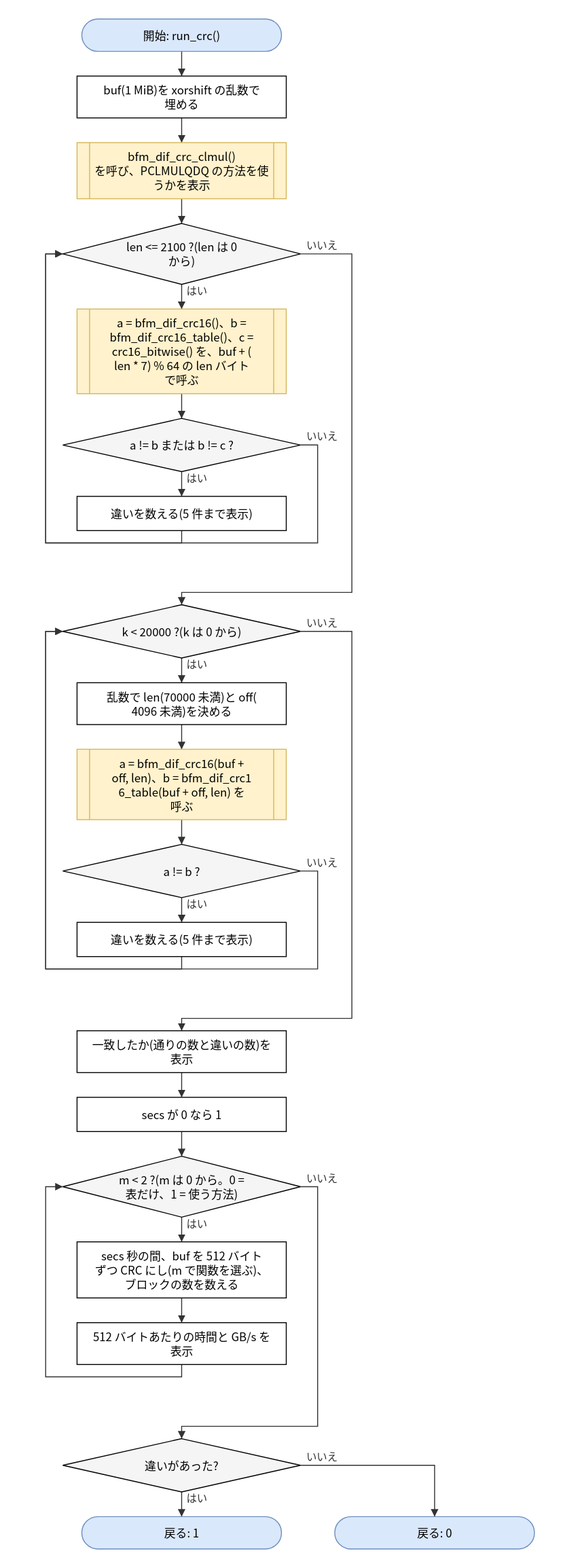
Before: doc/spec/images/flow_test_bfm_test-run_crc.drawio.svg, a diagram exported from draw.io (hf355051012-ai/bfmem). Source tidied: cells renumbered, new cells last; positions are measured from the earlier drawing's top-left corner, leaving out a move shared by most shapes. Its diagram source:
```xml
<mxGraphModel>
  <root>
    <mxCell id="0" />
    <mxCell id="1" parent="0" />
    <mxCell id="2" value="開始: run_crc()" style="rounded=1;arcSize=50;whiteSpace=wrap;html=1;fillColor=#dae8fc;strokeColor=#6c8ebf;" parent="1" vertex="1">
      <mxGeometry x="38" width="210" height="34" as="geometry" />
    </mxCell>
    <mxCell id="3" value="buf(1 MiB)を xorshift の乱数で&lt;br&gt;埋める" style="rounded=0;whiteSpace=wrap;html=1;" parent="1" vertex="1">
      <mxGeometry x="33" y="60" width="220" height="44" as="geometry" />
    </mxCell>
    <mxCell id="4" value="bfm_dif_crc_clmul()&lt;br&gt;を呼び、PCLMULQDQ の方法を使&lt;br&gt;うかを表示" style="shape=process;whiteSpace=wrap;html=1;backgroundOutline=1;size=0.06;fillColor=#fff2cc;strokeColor=#d6b656;" parent="1" vertex="1">
      <mxGeometry x="33" y="130" width="220" height="59" as="geometry" />
    </mxCell>
    <mxCell id="5" value="len &amp;lt;= 2100 ?(len は 0&lt;br&gt;から)" style="rhombus;whiteSpace=wrap;html=1;fillColor=#f5f5f5;" parent="1" vertex="1">
      <mxGeometry x="18" y="215" width="250" height="64" as="geometry" />
    </mxCell>
    <mxCell id="6" value="a = bfm_dif_crc16()、b =&lt;br&gt;bfm_dif_crc16_table()、c =&lt;br&gt;crc16_bitwise() を、buf + (&lt;br&gt;len * 7) % 64 の len バイト&lt;br&gt;で呼ぶ" style="shape=process;whiteSpace=wrap;html=1;backgroundOutline=1;size=0.06;fillColor=#fff2cc;strokeColor=#d6b656;" parent="1" vertex="1">
      <mxGeometry x="33" y="305" width="220" height="89" as="geometry" />
    </mxCell>
    <mxCell id="7" value="a != b または b != c ?" style="rhombus;whiteSpace=wrap;html=1;fillColor=#f5f5f5;" parent="1" vertex="1">
      <mxGeometry x="18" y="420" width="250" height="56" as="geometry" />
    </mxCell>
    <mxCell id="8" value="違いを数える(5 件まで表示)" style="rounded=0;whiteSpace=wrap;html=1;" parent="1" vertex="1">
      <mxGeometry x="33" y="502" width="220" height="36" as="geometry" />
    </mxCell>
    <mxCell id="9" value="k &amp;lt; 20000 ?(k は 0 から)" style="rhombus;whiteSpace=wrap;html=1;fillColor=#f5f5f5;" parent="1" vertex="1">
      <mxGeometry x="18" y="616" width="250" height="56" as="geometry" />
    </mxCell>
    <mxCell id="10" value="乱数で len(70000 未満)と off(&lt;br&gt;4096 未満)を決める" style="rounded=0;whiteSpace=wrap;html=1;" parent="1" vertex="1">
      <mxGeometry x="33" y="698" width="220" height="44" as="geometry" />
    </mxCell>
    <mxCell id="11" value="a = bfm_dif_crc16(buf +&lt;br&gt;off, len)、b = bfm_dif_crc1&lt;br&gt;6_table(buf + off, len) を&lt;br&gt;呼ぶ" style="shape=process;whiteSpace=wrap;html=1;backgroundOutline=1;size=0.06;fillColor=#fff2cc;strokeColor=#d6b656;" parent="1" vertex="1">
      <mxGeometry x="33" y="768" width="220" height="74" as="geometry" />
    </mxCell>
    <mxCell id="12" value="a != b ?" style="rhombus;whiteSpace=wrap;html=1;fillColor=#f5f5f5;" parent="1" vertex="1">
      <mxGeometry x="18" y="868" width="250" height="56" as="geometry" />
    </mxCell>
    <mxCell id="13" value="違いを数える(5 件まで表示)" style="rounded=0;whiteSpace=wrap;html=1;" parent="1" vertex="1">
      <mxGeometry x="33" y="950" width="220" height="36" as="geometry" />
    </mxCell>
    <mxCell id="14" value="一致したか(通りの数と違いの数)を&lt;br&gt;表示" style="rounded=0;whiteSpace=wrap;html=1;" parent="1" vertex="1">
      <mxGeometry x="33" y="1064" width="220" height="44" as="geometry" />
    </mxCell>
    <mxCell id="15" value="secs が 0 なら 1" style="rounded=0;whiteSpace=wrap;html=1;" parent="1" vertex="1">
      <mxGeometry x="33" y="1134" width="220" height="36" as="geometry" />
    </mxCell>
    <mxCell id="16" value="m &amp;lt; 2 ?(m は 0 から。0 =&lt;br&gt;表だけ、1 = 使う方法)" style="rhombus;whiteSpace=wrap;html=1;fillColor=#f5f5f5;" parent="1" vertex="1">
      <mxGeometry x="18" y="1196" width="250" height="64" as="geometry" />
    </mxCell>
    <mxCell id="17" value="secs 秒の間、buf を 512 バイト&lt;br&gt;ずつ CRC にし(m で関数を選ぶ)、&lt;br&gt;ブロックの数を数える" style="rounded=0;whiteSpace=wrap;html=1;" parent="1" vertex="1">
      <mxGeometry x="33" y="1286" width="220" height="59" as="geometry" />
    </mxCell>
    <mxCell id="18" value="512 バイトあたりの時間と GB/s を&lt;br&gt;表示" style="rounded=0;whiteSpace=wrap;html=1;" parent="1" vertex="1">
      <mxGeometry x="33" y="1371" width="220" height="44" as="geometry" />
    </mxCell>
    <mxCell id="19" value="違いがあった?" style="rhombus;whiteSpace=wrap;html=1;fillColor=#f5f5f5;" parent="1" vertex="1">
      <mxGeometry x="18" y="1493" width="250" height="56" as="geometry" />
    </mxCell>
    <mxCell id="20" value="戻る: 1" style="rounded=1;arcSize=50;whiteSpace=wrap;html=1;fillColor=#dae8fc;strokeColor=#6c8ebf;" parent="1" vertex="1">
      <mxGeometry x="38" y="1575" width="210" height="34" as="geometry" />
    </mxCell>
    <mxCell id="21" value="戻る: 0" style="rounded=1;arcSize=50;whiteSpace=wrap;html=1;fillColor=#dae8fc;strokeColor=#6c8ebf;" parent="1" vertex="1">
      <mxGeometry x="304" y="1575" width="210" height="34" as="geometry" />
    </mxCell>
    <mxCell id="22" style="edgeStyle=none;html=1;rounded=0;endArrow=block;endFill=1;exitX=0.5000;exitY=1.0000;exitDx=0;exitDy=0;exitPerimeter=0;entryX=0.5000;entryY=0.0000;entryDx=0;entryDy=0;entryPerimeter=0;" parent="1" edge="1" source="2" target="3">
      <mxGeometry relative="1" as="geometry" />
    </mxCell>
    <mxCell id="23" style="edgeStyle=none;html=1;rounded=0;endArrow=block;endFill=1;exitX=0.5000;exitY=1.0000;exitDx=0;exitDy=0;exitPerimeter=0;entryX=0.5000;entryY=0.0000;entryDx=0;entryDy=0;entryPerimeter=0;" parent="1" edge="1" source="3" target="4">
      <mxGeometry relative="1" as="geometry" />
    </mxCell>
    <mxCell id="24" style="edgeStyle=none;html=1;rounded=0;endArrow=block;endFill=1;exitX=0.5000;exitY=1.0000;exitDx=0;exitDy=0;exitPerimeter=0;entryX=0.5000;entryY=0.0000;entryDx=0;entryDy=0;entryPerimeter=0;" parent="1" edge="1" source="4" target="5">
      <mxGeometry relative="1" as="geometry" />
    </mxCell>
    <mxCell id="25" value="はい" style="edgeStyle=none;html=1;rounded=0;endArrow=block;endFill=1;exitX=0.5000;exitY=1.0000;exitDx=0;exitDy=0;exitPerimeter=0;entryX=0.5000;entryY=0.0000;entryDx=0;entryDy=0;entryPerimeter=0;" parent="1" edge="1" source="5" target="6">
      <mxGeometry relative="1" as="geometry" />
    </mxCell>
    <mxCell id="26" style="edgeStyle=none;html=1;rounded=0;endArrow=block;endFill=1;exitX=0.5000;exitY=1.0000;exitDx=0;exitDy=0;exitPerimeter=0;entryX=0.5000;entryY=0.0000;entryDx=0;entryDy=0;entryPerimeter=0;" parent="1" edge="1" source="6" target="7">
      <mxGeometry relative="1" as="geometry" />
    </mxCell>
    <mxCell id="27" value="はい" style="edgeStyle=none;html=1;rounded=0;endArrow=block;endFill=1;exitX=0.5000;exitY=1.0000;exitDx=0;exitDy=0;exitPerimeter=0;entryX=0.5000;entryY=0.0000;entryDx=0;entryDy=0;entryPerimeter=0;" parent="1" edge="1" source="7" target="8">
      <mxGeometry relative="1" as="geometry" />
    </mxCell>
    <mxCell id="28" style="edgeStyle=none;html=1;rounded=0;endArrow=block;endFill=1;exitX=0.5000;exitY=1.0000;exitDx=0;exitDy=0;exitPerimeter=0;entryX=0.0000;entryY=0.5000;entryDx=0;entryDy=0;entryPerimeter=0;" parent="1" edge="1" source="8" target="5">
      <mxGeometry relative="1" as="geometry">
        <Array as="points">
          <mxPoint x="143" y="551" />
          <mxPoint y="551" />
          <mxPoint y="247" />
        </Array>
      </mxGeometry>
    </mxCell>
    <mxCell id="29" value="いいえ" style="edgeStyle=none;html=1;rounded=0;endArrow=block;endFill=1;exitX=1.0000;exitY=0.5000;exitDx=0;exitDy=0;exitPerimeter=0;entryX=0.0000;entryY=0.5000;entryDx=0;entryDy=0;entryPerimeter=0;" parent="1" edge="1" source="7" target="5">
      <mxGeometry relative="1" as="geometry">
        <Array as="points">
          <mxPoint x="286" y="448" />
          <mxPoint x="286" y="551" />
          <mxPoint y="551" />
          <mxPoint y="247" />
        </Array>
      </mxGeometry>
    </mxCell>
    <mxCell id="30" value="いいえ" style="edgeStyle=none;html=1;rounded=0;endArrow=block;endFill=1;exitX=1.0000;exitY=0.5000;exitDx=0;exitDy=0;exitPerimeter=0;entryX=0.5000;entryY=0.0000;entryDx=0;entryDy=0;entryPerimeter=0;" parent="1" edge="1" source="5" target="9">
      <mxGeometry relative="1" as="geometry">
        <Array as="points">
          <mxPoint x="322" y="247" />
          <mxPoint x="322" y="603" />
          <mxPoint x="143" y="603" />
        </Array>
      </mxGeometry>
    </mxCell>
    <mxCell id="31" value="はい" style="edgeStyle=none;html=1;rounded=0;endArrow=block;endFill=1;exitX=0.5000;exitY=1.0000;exitDx=0;exitDy=0;exitPerimeter=0;entryX=0.5000;entryY=0.0000;entryDx=0;entryDy=0;entryPerimeter=0;" parent="1" edge="1" source="9" target="10">
      <mxGeometry relative="1" as="geometry" />
    </mxCell>
    <mxCell id="32" style="edgeStyle=none;html=1;rounded=0;endArrow=block;endFill=1;exitX=0.5000;exitY=1.0000;exitDx=0;exitDy=0;exitPerimeter=0;entryX=0.5000;entryY=0.0000;entryDx=0;entryDy=0;entryPerimeter=0;" parent="1" edge="1" source="10" target="11">
      <mxGeometry relative="1" as="geometry" />
    </mxCell>
    <mxCell id="33" style="edgeStyle=none;html=1;rounded=0;endArrow=block;endFill=1;exitX=0.5000;exitY=1.0000;exitDx=0;exitDy=0;exitPerimeter=0;entryX=0.5000;entryY=0.0000;entryDx=0;entryDy=0;entryPerimeter=0;" parent="1" edge="1" source="11" target="12">
      <mxGeometry relative="1" as="geometry" />
    </mxCell>
    <mxCell id="34" value="はい" style="edgeStyle=none;html=1;rounded=0;endArrow=block;endFill=1;exitX=0.5000;exitY=1.0000;exitDx=0;exitDy=0;exitPerimeter=0;entryX=0.5000;entryY=0.0000;entryDx=0;entryDy=0;entryPerimeter=0;" parent="1" edge="1" source="12" target="13">
      <mxGeometry relative="1" as="geometry" />
    </mxCell>
    <mxCell id="35" style="edgeStyle=none;html=1;rounded=0;endArrow=block;endFill=1;exitX=0.5000;exitY=1.0000;exitDx=0;exitDy=0;exitPerimeter=0;entryX=0.0000;entryY=0.5000;entryDx=0;entryDy=0;entryPerimeter=0;" parent="1" edge="1" source="13" target="9">
      <mxGeometry relative="1" as="geometry">
        <Array as="points">
          <mxPoint x="143" y="999" />
          <mxPoint y="999" />
          <mxPoint y="644" />
        </Array>
      </mxGeometry>
    </mxCell>
    <mxCell id="36" value="いいえ" style="edgeStyle=none;html=1;rounded=0;endArrow=block;endFill=1;exitX=1.0000;exitY=0.5000;exitDx=0;exitDy=0;exitPerimeter=0;entryX=0.0000;entryY=0.5000;entryDx=0;entryDy=0;entryPerimeter=0;" parent="1" edge="1" source="12" target="9">
      <mxGeometry relative="1" as="geometry">
        <Array as="points">
          <mxPoint x="286" y="896" />
          <mxPoint x="286" y="999" />
          <mxPoint y="999" />
          <mxPoint y="644" />
        </Array>
      </mxGeometry>
    </mxCell>
    <mxCell id="37" value="いいえ" style="edgeStyle=none;html=1;rounded=0;endArrow=block;endFill=1;exitX=1.0000;exitY=0.5000;exitDx=0;exitDy=0;exitPerimeter=0;entryX=0.5000;entryY=0.0000;entryDx=0;entryDy=0;entryPerimeter=0;" parent="1" edge="1" source="9" target="14">
      <mxGeometry relative="1" as="geometry">
        <Array as="points">
          <mxPoint x="322" y="644" />
          <mxPoint x="322" y="1051" />
          <mxPoint x="143" y="1051" />
        </Array>
      </mxGeometry>
    </mxCell>
    <mxCell id="38" style="edgeStyle=none;html=1;rounded=0;endArrow=block;endFill=1;exitX=0.5000;exitY=1.0000;exitDx=0;exitDy=0;exitPerimeter=0;entryX=0.5000;entryY=0.0000;entryDx=0;entryDy=0;entryPerimeter=0;" parent="1" edge="1" source="14" target="15">
      <mxGeometry relative="1" as="geometry" />
    </mxCell>
    <mxCell id="39" style="edgeStyle=none;html=1;rounded=0;endArrow=block;endFill=1;exitX=0.5000;exitY=1.0000;exitDx=0;exitDy=0;exitPerimeter=0;entryX=0.5000;entryY=0.0000;entryDx=0;entryDy=0;entryPerimeter=0;" parent="1" edge="1" source="15" target="16">
      <mxGeometry relative="1" as="geometry" />
    </mxCell>
    <mxCell id="40" value="はい" style="edgeStyle=none;html=1;rounded=0;endArrow=block;endFill=1;exitX=0.5000;exitY=1.0000;exitDx=0;exitDy=0;exitPerimeter=0;entryX=0.5000;entryY=0.0000;entryDx=0;entryDy=0;entryPerimeter=0;" parent="1" edge="1" source="16" target="17">
      <mxGeometry relative="1" as="geometry" />
    </mxCell>
    <mxCell id="41" style="edgeStyle=none;html=1;rounded=0;endArrow=block;endFill=1;exitX=0.5000;exitY=1.0000;exitDx=0;exitDy=0;exitPerimeter=0;entryX=0.5000;entryY=0.0000;entryDx=0;entryDy=0;entryPerimeter=0;" parent="1" edge="1" source="17" target="18">
      <mxGeometry relative="1" as="geometry" />
    </mxCell>
    <mxCell id="42" style="edgeStyle=none;html=1;rounded=0;endArrow=block;endFill=1;exitX=0.5000;exitY=1.0000;exitDx=0;exitDy=0;exitPerimeter=0;entryX=0.0000;entryY=0.5000;entryDx=0;entryDy=0;entryPerimeter=0;" parent="1" edge="1" source="18" target="16">
      <mxGeometry relative="1" as="geometry">
        <Array as="points">
          <mxPoint x="143" y="1428" />
          <mxPoint y="1428" />
          <mxPoint y="1228" />
        </Array>
      </mxGeometry>
    </mxCell>
    <mxCell id="43" value="いいえ" style="edgeStyle=none;html=1;rounded=0;endArrow=block;endFill=1;exitX=1.0000;exitY=0.5000;exitDx=0;exitDy=0;exitPerimeter=0;entryX=0.5000;entryY=0.0000;entryDx=0;entryDy=0;entryPerimeter=0;" parent="1" edge="1" source="16" target="19">
      <mxGeometry relative="1" as="geometry">
        <Array as="points">
          <mxPoint x="286" y="1228" />
          <mxPoint x="286" y="1480" />
          <mxPoint x="143" y="1480" />
        </Array>
      </mxGeometry>
    </mxCell>
    <mxCell id="44" value="はい" style="edgeStyle=none;html=1;rounded=0;endArrow=block;endFill=1;exitX=0.5000;exitY=1.0000;exitDx=0;exitDy=0;exitPerimeter=0;entryX=0.5000;entryY=0.0000;entryDx=0;entryDy=0;entryPerimeter=0;" parent="1" edge="1" source="19" target="20">
      <mxGeometry relative="1" as="geometry" />
    </mxCell>
    <mxCell id="45" value="いいえ" style="edgeStyle=none;html=1;rounded=0;endArrow=block;endFill=1;exitX=1.0000;exitY=0.5000;exitDx=0;exitDy=0;exitPerimeter=0;entryX=0.5000;entryY=0.0000;entryDx=0;entryDy=0;entryPerimeter=0;" parent="1" edge="1" source="19" target="21">
      <mxGeometry relative="1" as="geometry">
        <Array as="points">
          <mxPoint x="409" y="1521" />
        </Array>
      </mxGeometry>
    </mxCell>
  </root>
</mxGraphModel>
```
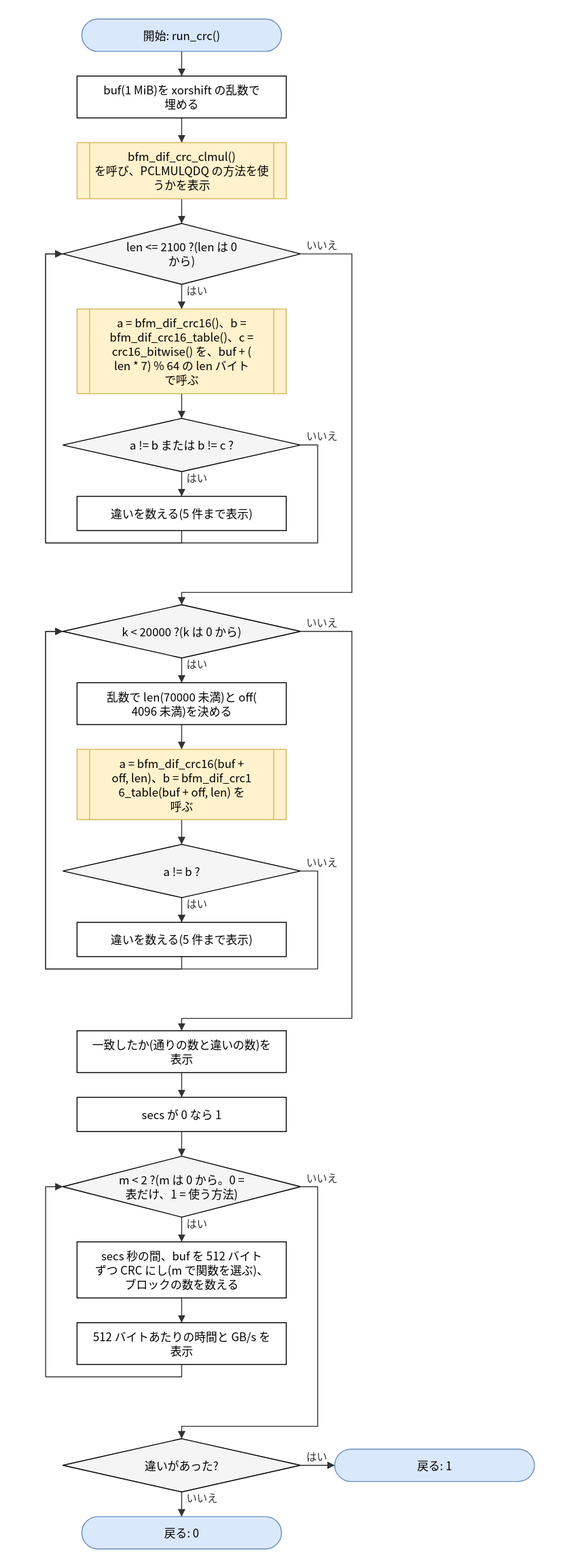
The same file after the commit.

The edit, as a diff of the source:
```diff
@@ -57,10 +57,10 @@
       <mxGeometry x="18" y="1493" width="250" height="56" as="geometry" />
     </mxCell>
     <mxCell id="20" value="戻る: 1" style="rounded=1;arcSize=50;whiteSpace=wrap;html=1;fillColor=#dae8fc;strokeColor=#6c8ebf;" parent="1" vertex="1">
-      <mxGeometry x="38" y="1575" width="210" height="34" as="geometry" />
+      <mxGeometry x="304" y="1504" width="210" height="34" as="geometry" />
     </mxCell>
     <mxCell id="21" value="戻る: 0" style="rounded=1;arcSize=50;whiteSpace=wrap;html=1;fillColor=#dae8fc;strokeColor=#6c8ebf;" parent="1" vertex="1">
-      <mxGeometry x="304" y="1575" width="210" height="34" as="geometry" />
+      <mxGeometry x="38" y="1575" width="210" height="34" as="geometry" />
     </mxCell>
     <mxCell id="22" style="edgeStyle=none;html=1;rounded=0;endArrow=block;endFill=1;exitX=0.5000;exitY=1.0000;exitDx=0;exitDy=0;exitPerimeter=0;entryX=0.5000;entryY=0.0000;entryDx=0;entryDy=0;entryPerimeter=0;" parent="1" edge="1" source="2" target="3">
       <mxGeometry relative="1" as="geometry" />
@@ -178,15 +178,11 @@
         </Array>
       </mxGeometry>
     </mxCell>
-    <mxCell id="44" value="はい" style="edgeStyle=none;html=1;rounded=0;endArrow=block;endFill=1;exitX=0.5000;exitY=1.0000;exitDx=0;exitDy=0;exitPerimeter=0;entryX=0.5000;entryY=0.0000;entryDx=0;entryDy=0;entryPerimeter=0;" parent="1" edge="1" source="19" target="20">
+    <mxCell id="44" value="はい" style="edgeStyle=none;html=1;rounded=0;endArrow=block;endFill=1;exitX=1.0000;exitY=0.5000;exitDx=0;exitDy=0;exitPerimeter=0;entryX=0.0000;entryY=0.5000;entryDx=0;entryDy=0;entryPerimeter=0;" parent="1" edge="1" source="19" target="20">
       <mxGeometry relative="1" as="geometry" />
     </mxCell>
-    <mxCell id="45" value="いいえ" style="edgeStyle=none;html=1;rounded=0;endArrow=block;endFill=1;exitX=1.0000;exitY=0.5000;exitDx=0;exitDy=0;exitPerimeter=0;entryX=0.5000;entryY=0.0000;entryDx=0;entryDy=0;entryPerimeter=0;" parent="1" edge="1" source="19" target="21">
-      <mxGeometry relative="1" as="geometry">
-        <Array as="points">
-          <mxPoint x="409" y="1521" />
-        </Array>
-      </mxGeometry>
+    <mxCell id="45" value="いいえ" style="edgeStyle=none;html=1;rounded=0;endArrow=block;endFill=1;exitX=0.5000;exitY=1.0000;exitDx=0;exitDy=0;exitPerimeter=0;entryX=0.5000;entryY=0.0000;entryDx=0;entryDy=0;entryPerimeter=0;" parent="1" edge="1" source="19" target="21">
+      <mxGeometry relative="1" as="geometry" />
     </mxCell>
   </root>
 </mxGraphModel>
```
